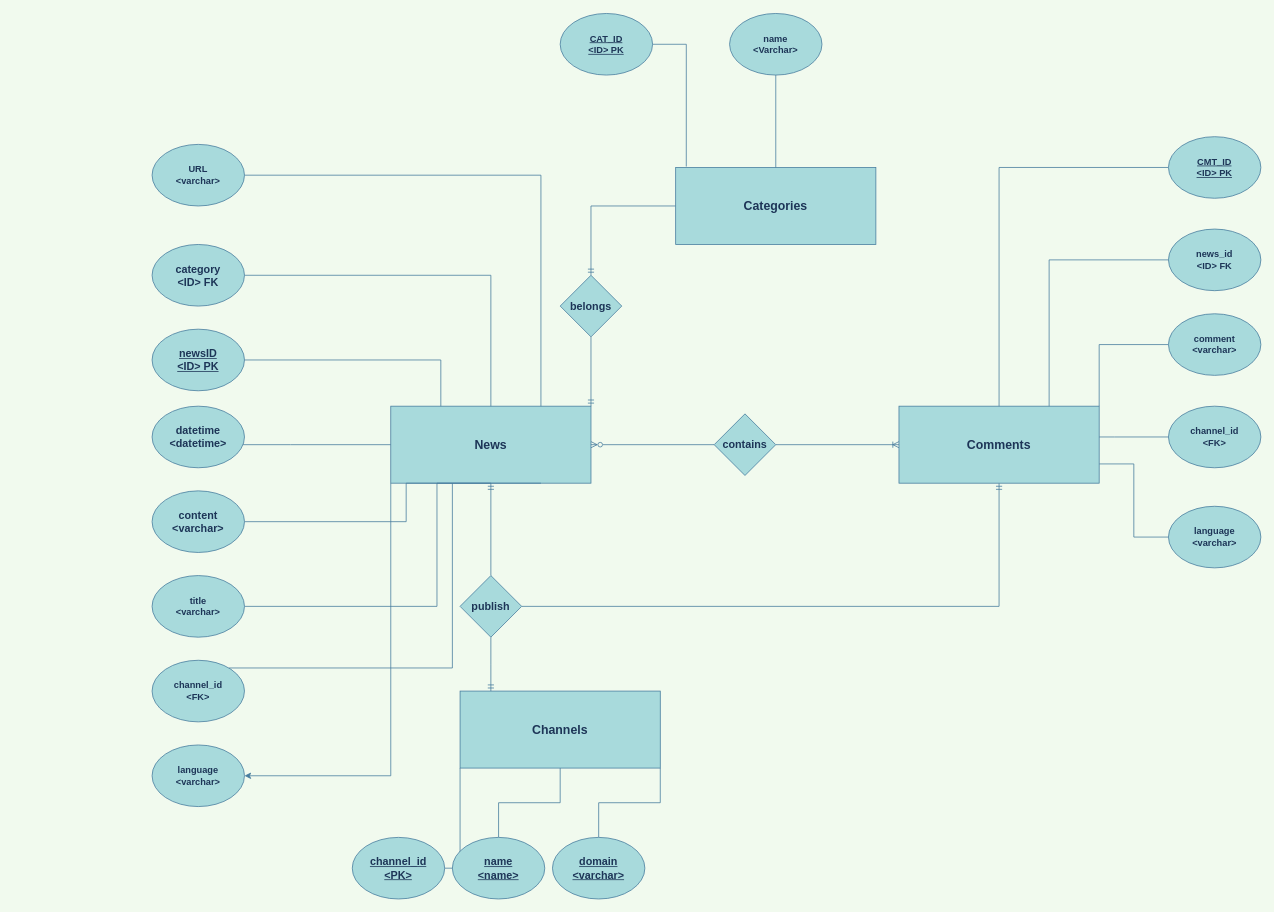
Before: news_dataset.drawio in xiaochen93/xiaochen93, a draw.io diagram. Source tidied: cells renumbered, new cells numbered last; positions are measured from the earlier drawing's top-left corner, leaving out a move shared by most shapes. Both pictures are drawn from the tidied source at 77%, with x=0, y=0 at pixel (152, 13).
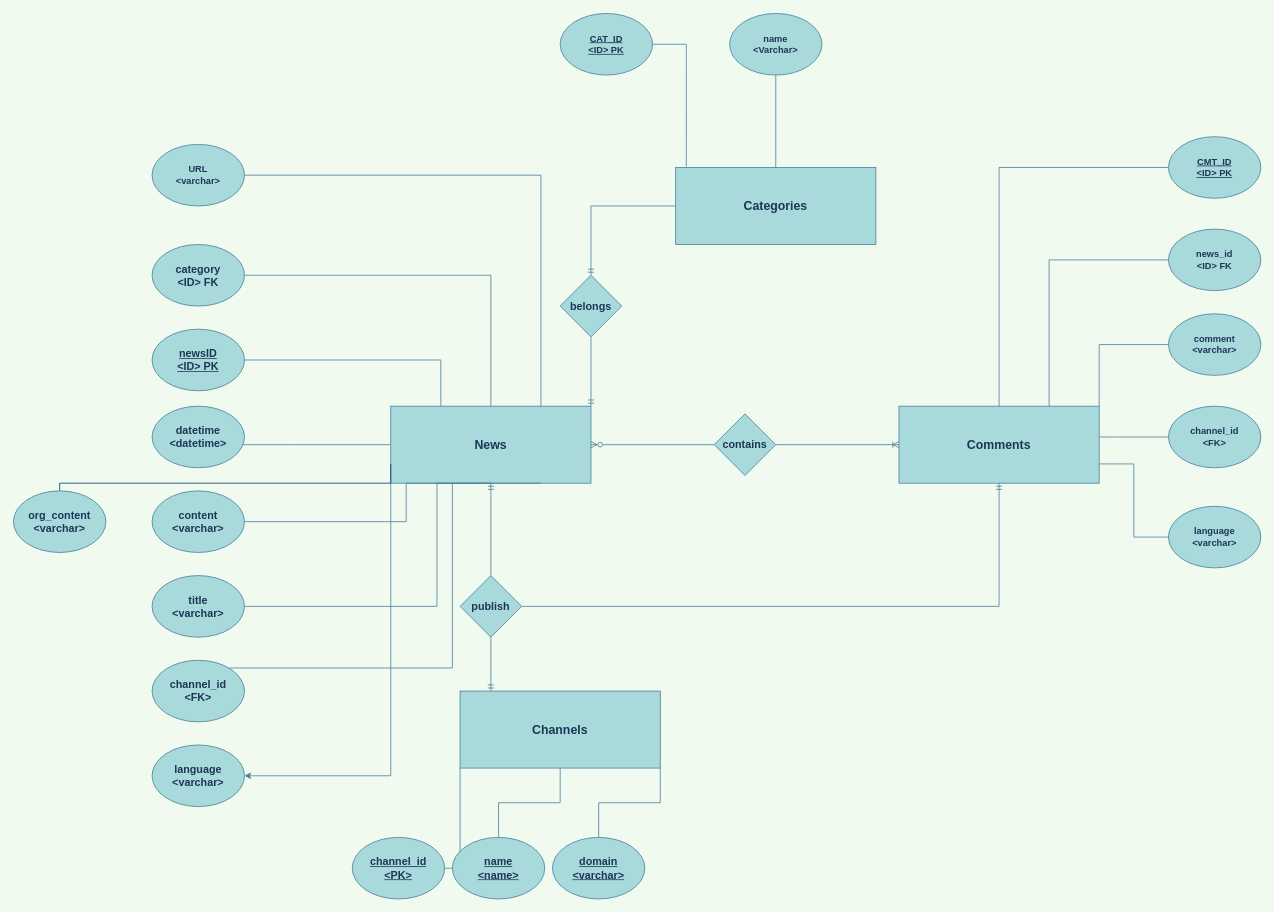
The same diagram, later.

The change refers to these unchanged cells:
```xml
<mxCell id="6" value="News" style="rounded=0;whiteSpace=wrap;html=1;fontSize=16;fontStyle=1;fillColor=#A8DADC;strokeColor=#457B9D;fontColor=#1D3557;" parent="1" vertex="1">
  <mxGeometry x="310" y="510" width="260" height="100" as="geometry" />
</mxCell>
```

Change to the diagram source:
```diff
@@
-    <mxCell id="16" value="title&lt;br&gt;&amp;lt;varchar&amp;gt;" style="ellipse;whiteSpace=wrap;html=1;fontStyle=1;fillColor=#A8DADC;strokeColor=#457B9D;fontColor=#1D3557;" parent="1" vertex="1">
+    <mxCell id="16" value="title&lt;br style=&quot;font-size: 14px;&quot;&gt;&amp;lt;varchar&amp;gt;" style="ellipse;whiteSpace=wrap;html=1;fontStyle=1;fillColor=#A8DADC;strokeColor=#457B9D;fontColor=#1D3557;fontSize=14;" parent="1" vertex="1">
       <mxGeometry y="730" width="120" height="80" as="geometry" />
     </mxCell>
@@
-    <mxCell id="43" value="channel_id&lt;br&gt;&amp;lt;FK&amp;gt;" style="ellipse;whiteSpace=wrap;html=1;fontStyle=1;fillColor=#A8DADC;strokeColor=#457B9D;fontColor=#1D3557;" parent="1" vertex="1">
+    <mxCell id="43" value="channel_id&lt;br style=&quot;font-size: 14px;&quot;&gt;&amp;lt;FK&amp;gt;" style="ellipse;whiteSpace=wrap;html=1;fontStyle=1;fillColor=#A8DADC;strokeColor=#457B9D;fontColor=#1D3557;fontSize=14;" parent="1" vertex="1">
       <mxGeometry y="840" width="120" height="80" as="geometry" />
     </mxCell>
@@
-    <mxCell id="50" value="language&lt;br&gt;&amp;lt;varchar&amp;gt;" style="ellipse;whiteSpace=wrap;html=1;fillColor=#A8DADC;strokeColor=#457B9D;fontColor=#1D3557;fontStyle=1;" parent="1" vertex="1">
+    <mxCell id="50" value="language&lt;br style=&quot;font-size: 14px;&quot;&gt;&amp;lt;varchar&amp;gt;" style="ellipse;whiteSpace=wrap;html=1;fillColor=#A8DADC;strokeColor=#457B9D;fontColor=#1D3557;fontStyle=1;fontSize=14;" parent="1" vertex="1">
       <mxGeometry y="950" width="120" height="80" as="geometry" />
     </mxCell>
@@
+    <mxCell id="52" style="edgeStyle=orthogonalEdgeStyle;rounded=0;jettySize=auto;html=1;entryX=0;entryY=0.75;entryDx=0;entryDy=0;fontSize=14;endArrow=none;endFill=0;strokeColor=#003366;" parent="1" edge="1" source="53" target="6">
+      <mxGeometry relative="1" as="geometry">
+        <Array as="points">
+          <mxPoint x="-120" y="610" />
+          <mxPoint x="310" y="610" />
+        </Array>
+      </mxGeometry>
+    </mxCell>
+    <mxCell id="53" value="org_content&lt;br style=&quot;font-size: 14px;&quot;&gt;&amp;lt;varchar&amp;gt;" style="ellipse;whiteSpace=wrap;html=1;fontStyle=1;fontSize=14;fillColor=#A8DADC;strokeColor=#457B9D;fontColor=#1D3557;" parent="1" vertex="1">
+      <mxGeometry x="-180" y="620" width="120" height="80" as="geometry" />
+    </mxCell>
```
